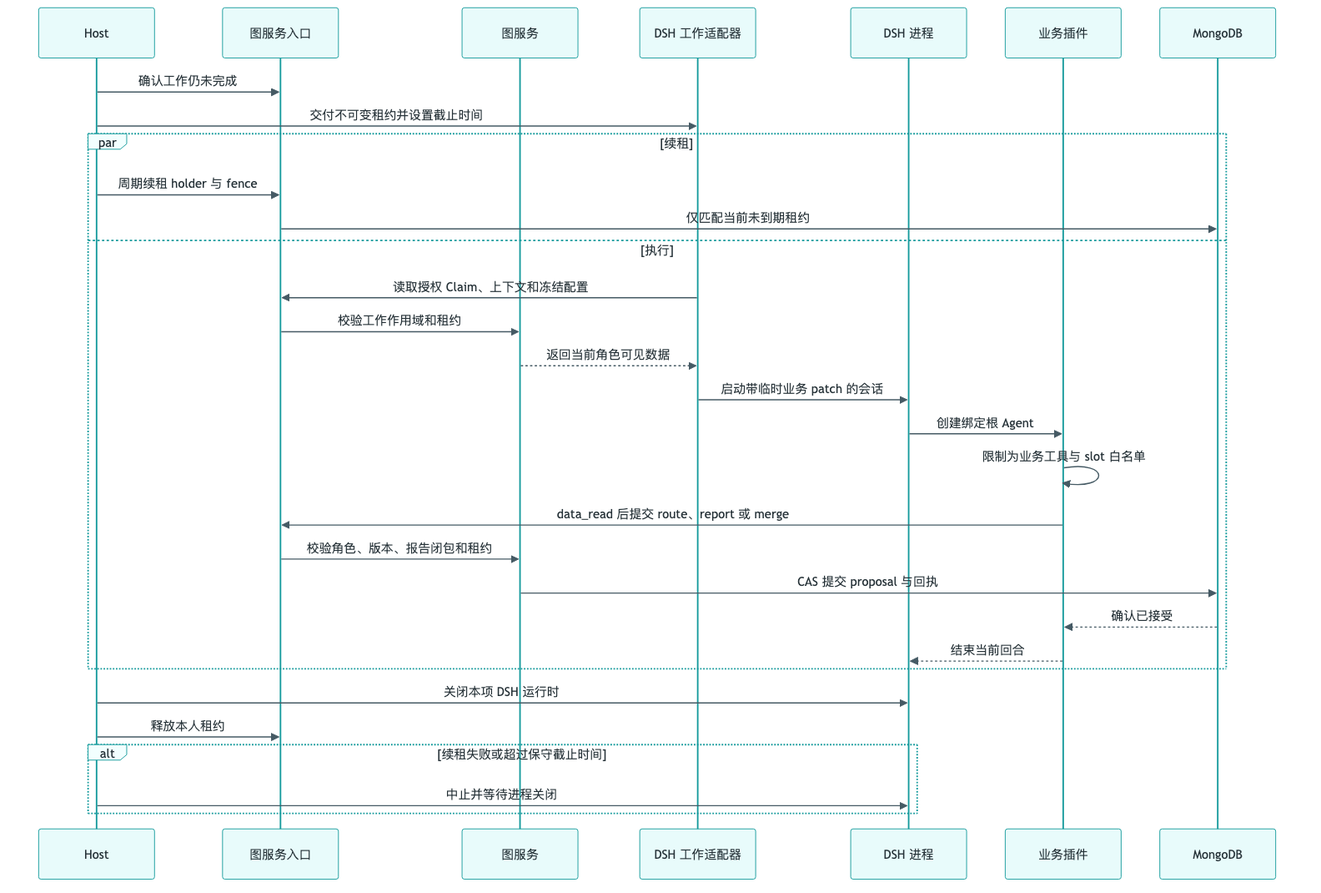
Above: technical-docs/chongming-graph/diagrams/UC-04-B-host-dsh.png in AUSIO2/ChongMing (Mermaid), before the change. Its source is kept beside it as technical-docs/chongming-graph/diagrams/UC-04-B-host-dsh.mmd.
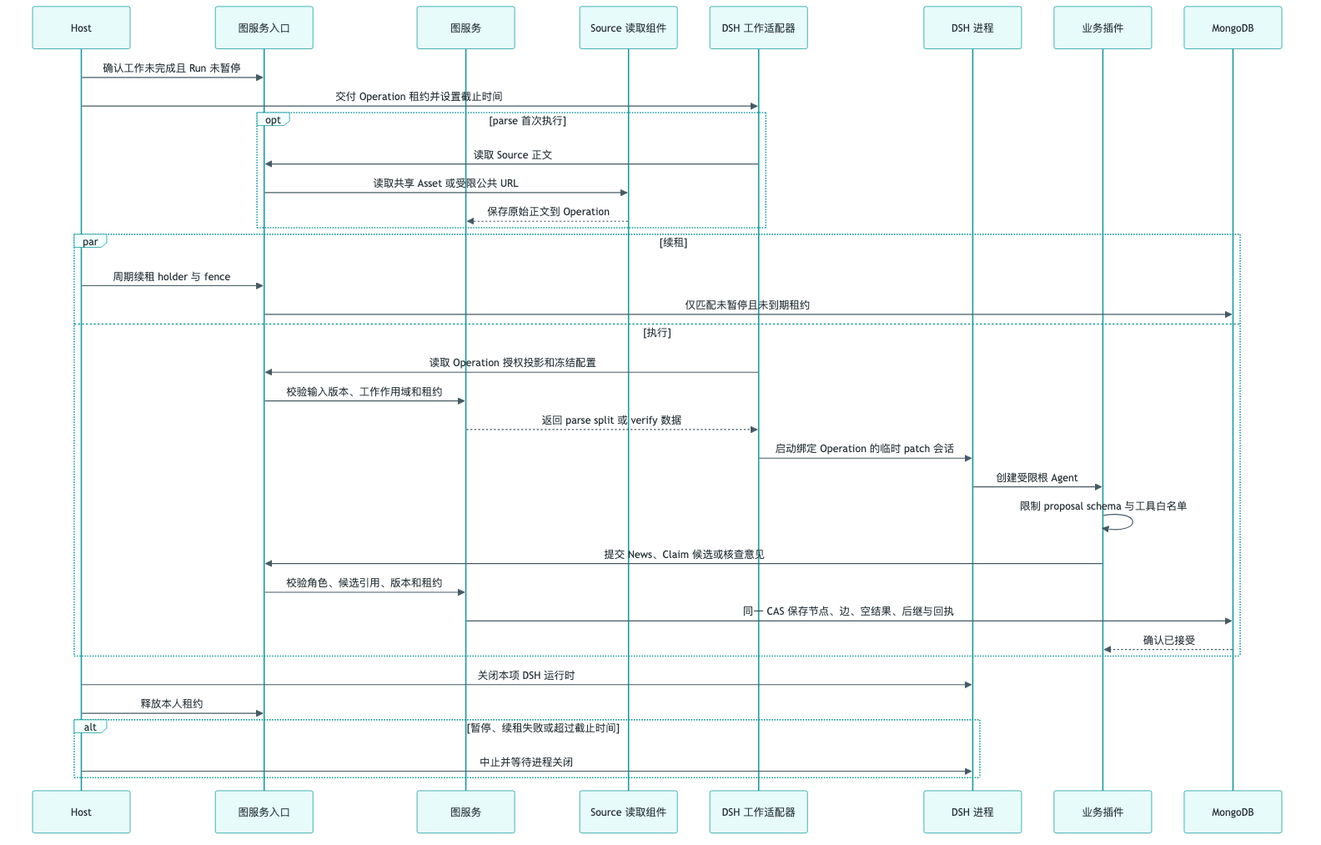
Above is the later version.

Change to the diagram source:
```diff
@@ -1,32 +1,37 @@
-%%{init: {"theme": "base", "themeVariables": {"primaryColor": "#e8fbfb", "primaryBorderColor": "#159a9c", "primaryTextColor": "#263238", "lineColor": "#455a64", "actorBkg": "#e8fbfb", "actorBorder": "#159a9c", "actorTextColor": "#263238", "signalColor": "#455a64", "signalTextColor": "#263238", "labelBoxBkgColor": "#f2ffff", "labelBoxBorderColor": "#159a9c", "labelTextColor": "#263238", "noteBkgColor": "#f2ffff", "noteBorderColor": "#159a9c", "noteTextColor": "#263238"}}}%%
+%%{init: {"theme": "base", "themeVariables": {"primaryColor": "#e8fbfb", "primaryBorderColor": "#159a9c", "primaryTextColor": "#263238", "lineColor": "#455a64", "actorBkg": "#e8fbfb", "actorBorder": "#159a9c", "actorTextColor": "#263238", "signalColor": "#455a64", "signalTextColor": "#263238", "labelBoxBkgColor": "#f2ffff", "labelBoxBorderColor": "#159a9c", "labelTextColor": "#263238"}}}%%
 sequenceDiagram
   participant H as Host
   participant A as 图服务入口
   participant G as 图服务
+  participant S as Source 读取组件
   participant W as DSH 工作适配器
   participant D as DSH 进程
   participant P as 业务插件
   participant M as MongoDB
-  H->>A: 确认工作仍未完成
-  H->>W: 交付不可变租约并设置截止时间
+  H->>A: 确认工作未完成且 Run 未暂停
+  H->>W: 交付 Operation 租约并设置截止时间
+  opt parse 首次执行
+    W->>A: 读取 Source 正文
+    A->>S: 读取共享 Asset 或受限公共 URL
+    S-->>G: 保存原始正文到 Operation
+  end
   par 续租
     H->>A: 周期续租 holder 与 fence
-    A->>M: 仅匹配当前未到期租约
+    A->>M: 仅匹配未暂停且未到期租约
   and 执行
-    W->>A: 读取授权 Claim、上下文和冻结配置
-    A->>G: 校验工作作用域和租约
-    G-->>W: 返回当前角色可见数据
-    W->>D: 启动带临时业务 patch 的会话
-    D->>P: 创建绑定根 Agent
-    P->>P: 限制为业务工具与 slot 白名单
-    P->>A: data_read 后提交 route、report 或 merge
-    A->>G: 校验角色、版本、报告闭包和租约
-    G->>M: CAS 提交 proposal 与回执
+    W->>A: 读取 Operation 授权投影和冻结配置
+    A->>G: 校验输入版本、工作作用域和租约
+    G-->>W: 返回 parse split 或 verify 数据
+    W->>D: 启动绑定 Operation 的临时 patch 会话
+    D->>P: 创建受限根 Agent
+    P->>P: 限制 proposal schema 与工具白名单
+    P->>A: 提交 News、Claim 候选或核查意见
+    A->>G: 校验角色、候选引用、版本和租约
+    G->>M: 同一 CAS 保存节点、边、空结果、后继与回执
     M-->>P: 确认已接受
-    P-->>D: 结束当前回合
   end
   H->>D: 关闭本项 DSH 运行时
   H->>A: 释放本人租约
-  alt 续租失败或超过保守截止时间
+  alt 暂停、续租失败或超过截止时间
     H->>D: 中止并等待进程关闭
   end
```
